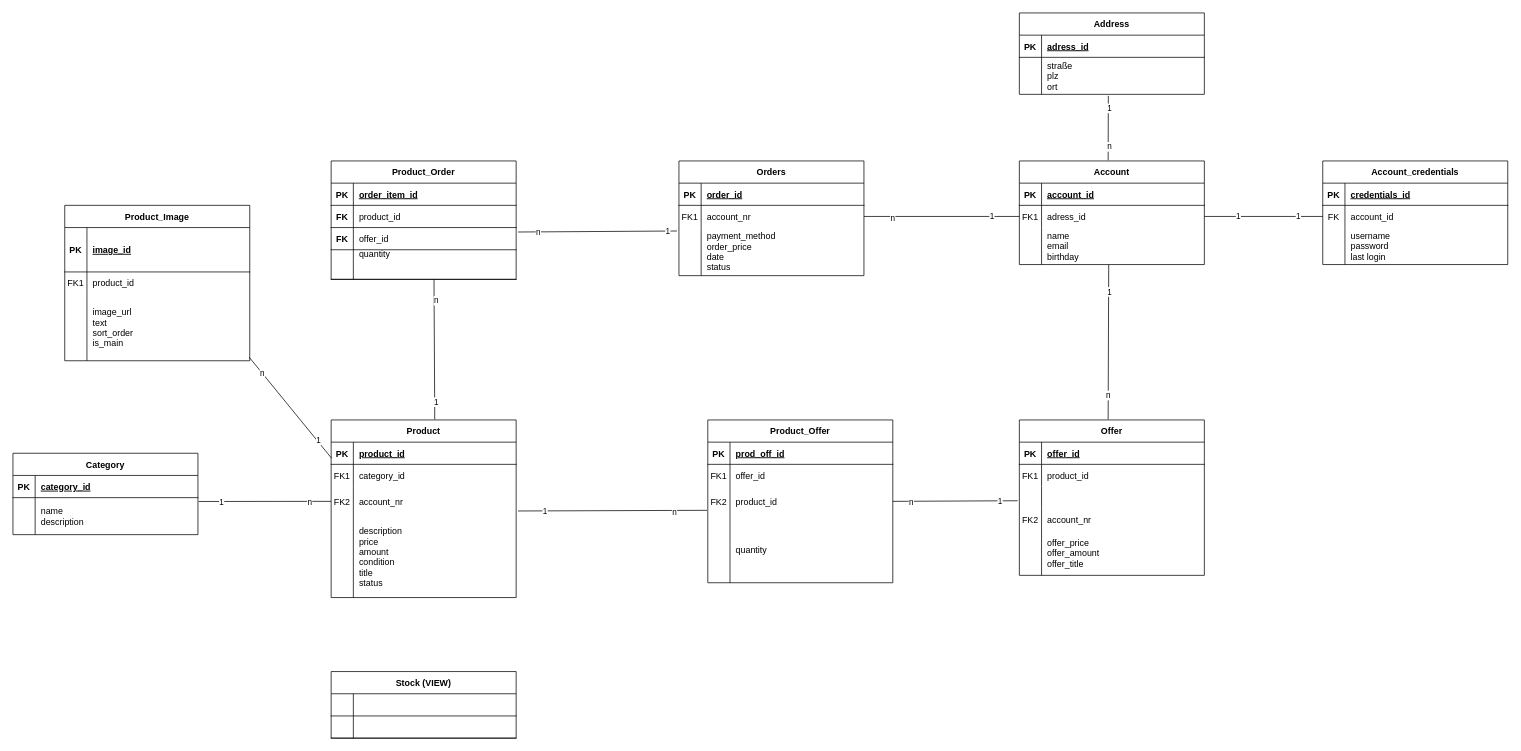
itech-bhh-module/e-commerce-shop keeps this draw.io diagram as erd03.drawio. Above is the earlier version. Source tidied: cells renumbered, new cells numbered last; positions are measured from the earlier drawing's top-left corner, leaving out a move shared by most shapes. Both pictures are drawn from the tidied source at 74%, with x=0, y=0 at pixel (13, 13).
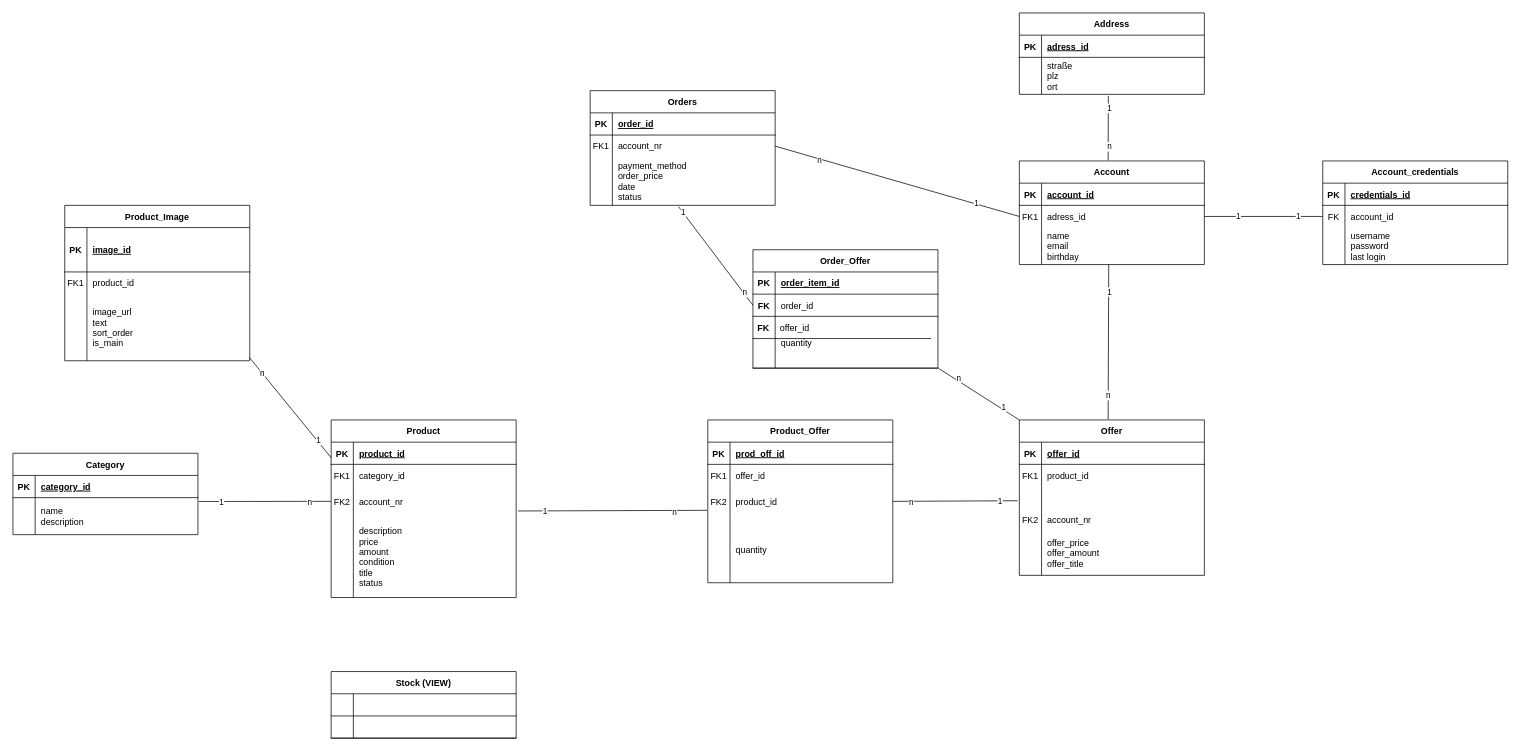
Above is the later version.

Commit message:
corrected order_offer relation

The change refers to these unchanged cells:
```xml
<mxCell id="2" value="Product" style="shape=table;startSize=30;childLayout=tableLayout;rowLines=0;fontStyle=1;align=center;labelBackgroundColor=none;" parent="1" vertex="1">
  <mxGeometry x="430" y="550" width="250" height="240" as="geometry" />
</mxCell>
<mxCell id="29" value="Offer" style="shape=table;startSize=30;childLayout=tableLayout;rowLines=0;fontStyle=1;align=center;labelBackgroundColor=none;" parent="1" vertex="1">
  <mxGeometry x="1360" y="550" width="250" height="210" as="geometry" />
</mxCell>
<mxCell id="56" style="shape=partialRectangle;fillColor=none;points=[[0,0.5],[1,0.5]];portConstraint=eastwest;top=0;left=0;right=0;bottom=1;labelBackgroundColor=none;" parent="52" vertex="1">
  <mxGeometry y="60" width="250" height="30" as="geometry" />
</mxCell>
<mxCell id="59" style="shape=partialRectangle;fillColor=none;points=[[0,0.5],[1,0.5]];portConstraint=eastwest;top=0;left=0;right=0;bottom=1;labelBackgroundColor=none;" parent="52" vertex="1">
  <mxGeometry y="90" width="250" height="70" as="geometry" />
</mxCell>
<mxCell id="69" style="shape=partialRectangle;fillColor=none;points=[[0,0.5],[1,0.5]];portConstraint=eastwest;top=0;left=0;right=0;bottom=0;labelBackgroundColor=none;" parent="62" vertex="1">
  <mxGeometry y="90" width="250" height="65" as="geometry" />
</mxCell>
```

The edit, as a diff of the source:
```diff
@@
-    <mxCell id="52" value="Product_Order" style="shape=table;startSize=30;childLayout=tableLayout;rowLines=0;fontStyle=1;align=center;labelBackgroundColor=none;" parent="1" vertex="1">
-      <mxGeometry x="430" y="200" width="250" height="160" as="geometry" />
+    <mxCell id="52" value="Order_Offer" style="shape=table;startSize=30;childLayout=tableLayout;rowLines=0;fontStyle=1;align=center;labelBackgroundColor=none;" parent="1" vertex="1">
+      <mxGeometry x="1000" y="320" width="250" height="160" as="geometry" />
     </mxCell>
@@
-    <mxCell id="58" value="product_id" style="shape=partialRectangle;overflow=hidden;fillColor=none;top=0;left=0;bottom=0;right=0;align=left;spacingLeft=6;fontStyle=0;labelBackgroundColor=none;" parent="56" vertex="1">
+    <mxCell id="58" value="order_id" style="shape=partialRectangle;overflow=hidden;fillColor=none;top=0;left=0;bottom=0;right=0;align=left;spacingLeft=6;fontStyle=0;labelBackgroundColor=none;" parent="56" vertex="1">
       <mxGeometry x="30" width="220" height="30" as="geometry" />
     </mxCell>
@@
     <mxCell id="62" value="Orders" style="shape=table;startSize=30;childLayout=tableLayout;rowLines=0;fontStyle=1;align=center;labelBackgroundColor=none;" parent="1" vertex="1">
-      <mxGeometry x="900" y="200" width="250" height="155" as="geometry" />
+      <mxGeometry x="780" y="105" width="250" height="155" as="geometry" />
     </mxCell>
@@
-    <mxCell id="126" style="endArrow=none;html=1;rounded=0;entryX=-0.011;entryY=0.072;entryDx=0;entryDy=0;entryPerimeter=0;exitX=1.01;exitY=0.086;exitDx=0;exitDy=0;exitPerimeter=0;" parent="1" edge="1" source="59" target="69">
+    <mxCell id="126" style="endArrow=none;html=1;rounded=0;entryX=0.478;entryY=1.029;entryDx=0;entryDy=0;entryPerimeter=0;exitX=0;exitY=0.5;exitDx=0;exitDy=0;" parent="1" edge="1" source="56" target="69">
       <mxGeometry relative="1" as="geometry" />
     </mxCell>
@@
-    <mxCell id="129" style="endArrow=none;html=1;rounded=0;entryX=0.556;entryY=1;entryDx=0;entryDy=0;entryPerimeter=0;exitX=0.56;exitY=-0.003;exitDx=0;exitDy=0;exitPerimeter=0;" parent="1" edge="1" source="2" target="59">
-      <mxGeometry relative="1" as="geometry" />
-    </mxCell>
-    <mxCell id="130" value="n" style="edgeLabel;html=1;align=center;verticalAlign=middle;" parent="129" vertex="1">
-      <mxGeometry x="0.7" y="-2" relative="1" as="geometry" />
-    </mxCell>
-    <mxCell id="131" value="1" style="edgeLabel;html=1;align=center;verticalAlign=middle;" parent="129" vertex="1">
-      <mxGeometry x="-0.75" y="-2" relative="1" as="geometry" />
-    </mxCell>
     <mxCell id="132" style="shape=partialRectangle;fillColor=none;top=0;left=0;right=0;bottom=1;labelBackgroundColor=none;" parent="1" vertex="1">
-      <mxGeometry x="430" y="290" width="250" height="30" as="geometry" />
+      <mxGeometry x="1000" y="410" width="240" height="30" as="geometry" />
     </mxCell>
     <mxCell id="133" value="FK" style="shape=partialRectangle;overflow=hidden;fillColor=none;top=0;left=0;bottom=0;right=0;fontStyle=1;labelBackgroundColor=none;" parent="132" vertex="1">
-      <mxGeometry width="30" height="30" as="geometry" />
+      <mxGeometry width="28.8" height="30" as="geometry" />
     </mxCell>
     <mxCell id="134" value="offer_id" style="shape=partialRectangle;overflow=hidden;fillColor=none;top=0;left=0;bottom=0;right=0;align=left;spacingLeft=6;fontStyle=0;labelBackgroundColor=none;" parent="132" vertex="1">
-      <mxGeometry x="30" width="220" height="30" as="geometry" />
+      <mxGeometry x="28.8" width="211.2" height="30" as="geometry" />
     </mxCell>
@@
+    <mxCell id="148" style="endArrow=none;html=1;rounded=0;entryX=1.004;entryY=1.006;entryDx=0;entryDy=0;entryPerimeter=0;exitX=0;exitY=0;exitDx=0;exitDy=0;" parent="1" edge="1" source="29" target="59">
+      <mxGeometry relative="1" as="geometry" />
+    </mxCell>
+    <mxCell id="130" value="n" style="edgeLabel;html=1;align=center;verticalAlign=middle;" parent="148" vertex="1">
+      <mxGeometry x="0.56" y="-3" relative="1" as="geometry">
+        <mxPoint x="1" as="offset" />
+      </mxGeometry>
+    </mxCell>
+    <mxCell id="131" value="1" style="edgeLabel;html=1;align=center;verticalAlign=middle;" parent="148" vertex="1">
+      <mxGeometry x="-0.56" y="-4" relative="1" as="geometry">
+        <mxPoint y="1" as="offset" />
+      </mxGeometry>
+    </mxCell>
```
